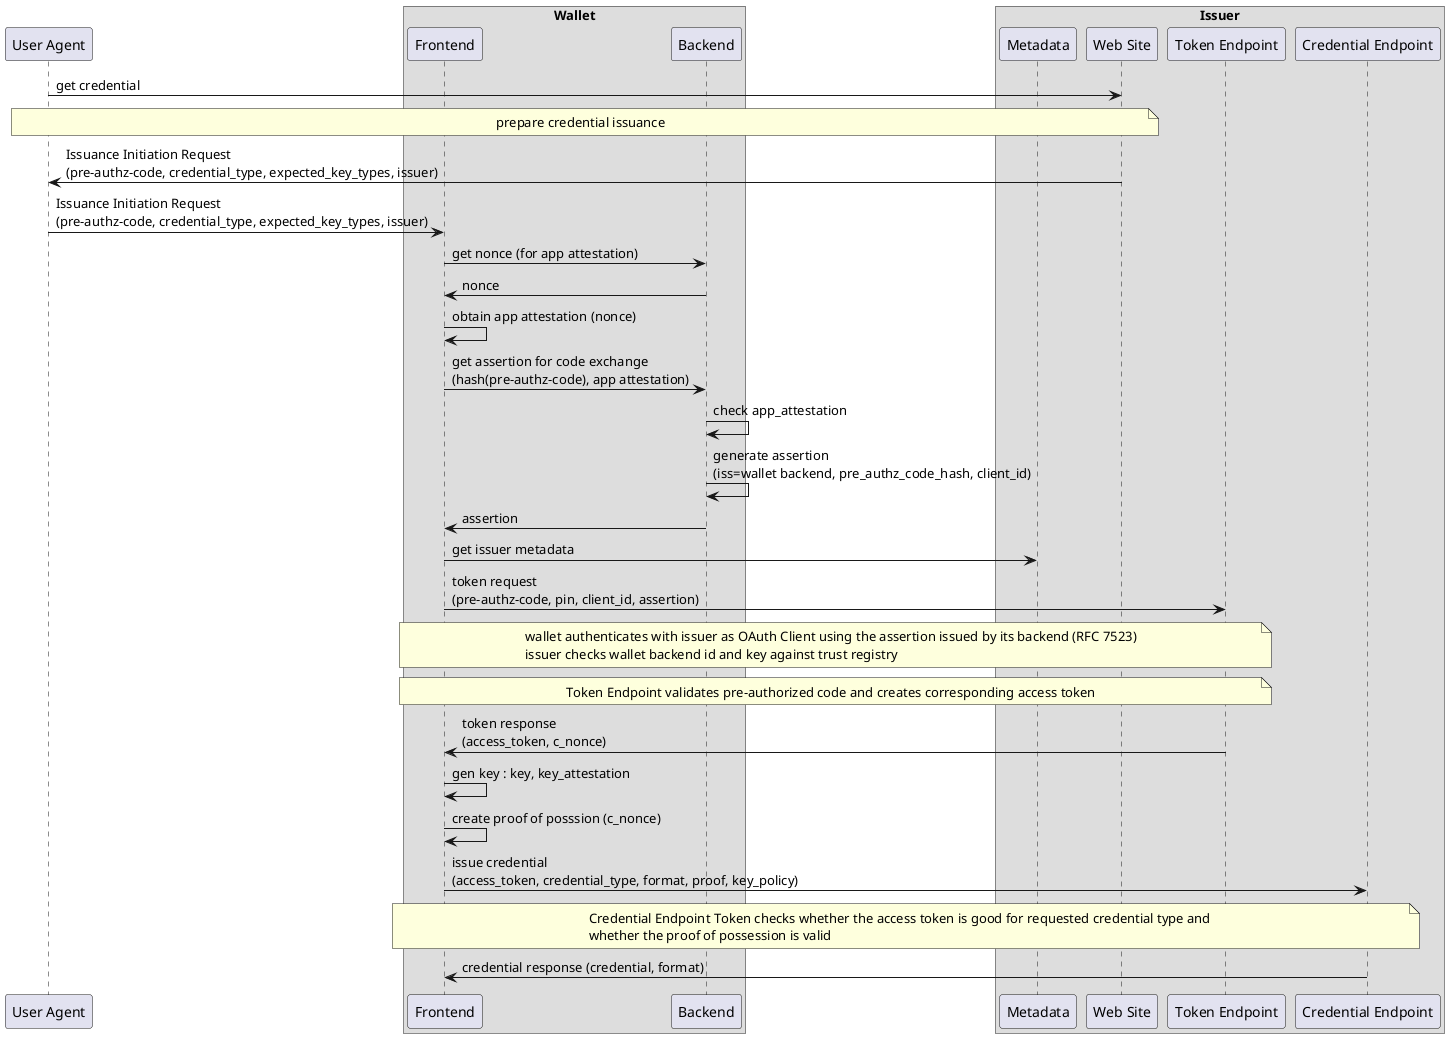
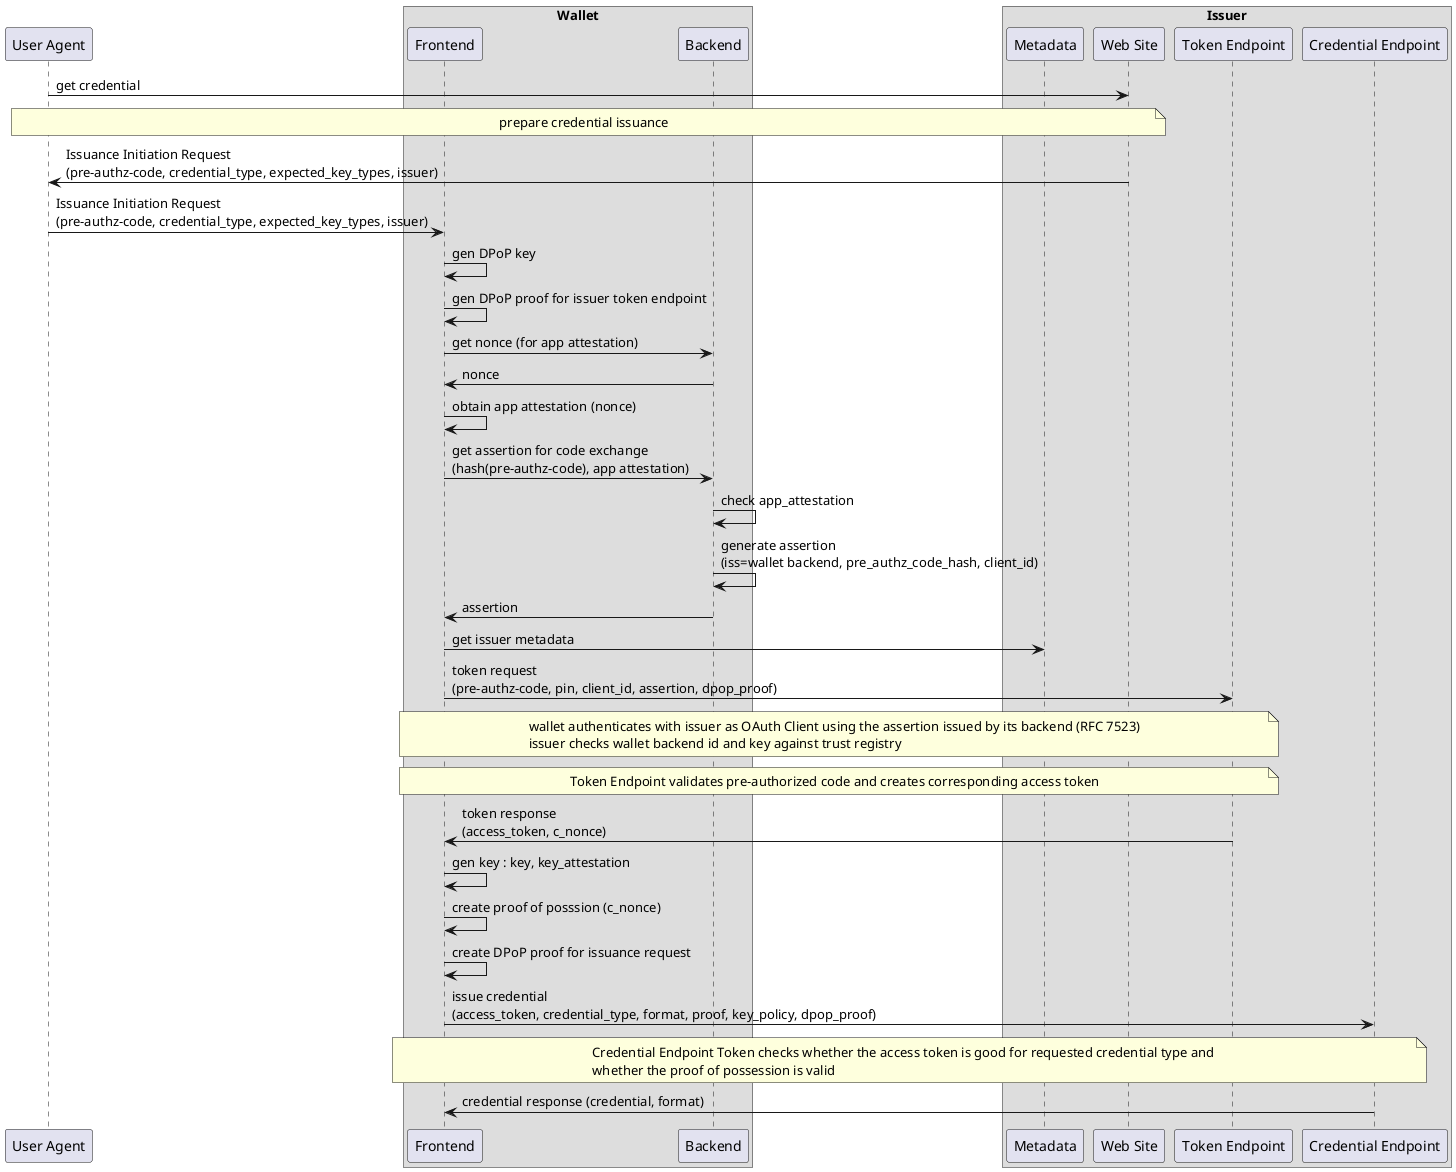
@startuml
participant "User Agent" as u
box "Wallet"
participant "Frontend" as w
participant "Backend" as b
end box
box "Issuer"
participant "Metadata" as m
participant "Web Site" as s
participant "Token Endpoint" as t
participant "Credential Endpoint" as c
end box

u -> s : get credential
note over u, s: prepare credential issuance
s -> u : Issuance Initiation Request \n(pre-authz-code, credential_type, expected_key_types, issuer)
u -> w : Issuance Initiation Request \n(pre-authz-code, credential_type, expected_key_types, issuer)
+ w -> w : gen DPoP key
+ w -> w : gen DPoP proof for issuer token endpoint
w -> b : get nonce (for app attestation)
b -> w : nonce
w -> w : obtain app attestation (nonce)
w -> b : get assertion for code exchange\n(hash(pre-authz-code), app attestation)
b -> b : check app_attestation
b -> b : generate assertion \n(iss=wallet backend, pre_authz_code_hash, client_id)
b -> w : assertion
w -> m : get issuer metadata
- w -> t : token request \n(pre-authz-code, pin, client_id, assertion)
+ w -> t : token request \n(pre-authz-code, pin, client_id, assertion, dpop_proof)
note over w, t: wallet authenticates with issuer as OAuth Client using the assertion issued by its backend (RFC 7523)\nissuer checks wallet backend id and key against trust registry
note over w, t: Token Endpoint validates pre-authorized code and creates corresponding access token
t -> w : token response \n(access_token, c_nonce)
w -> w : gen key : key, key_attestation
w -> w : create proof of posssion (c_nonce)
- w -> c : issue credential \n(access_token, credential_type, format, proof, key_policy)
+ w  -> w : create DPoP proof for issuance request
+ w -> c : issue credential \n(access_token, credential_type, format, proof, key_policy, dpop_proof)
note over w, c: Credential Endpoint Token checks whether the access token is good for requested credential type and \nwhether the proof of possession is valid
c -> w : credential response (credential, format)
@enduml